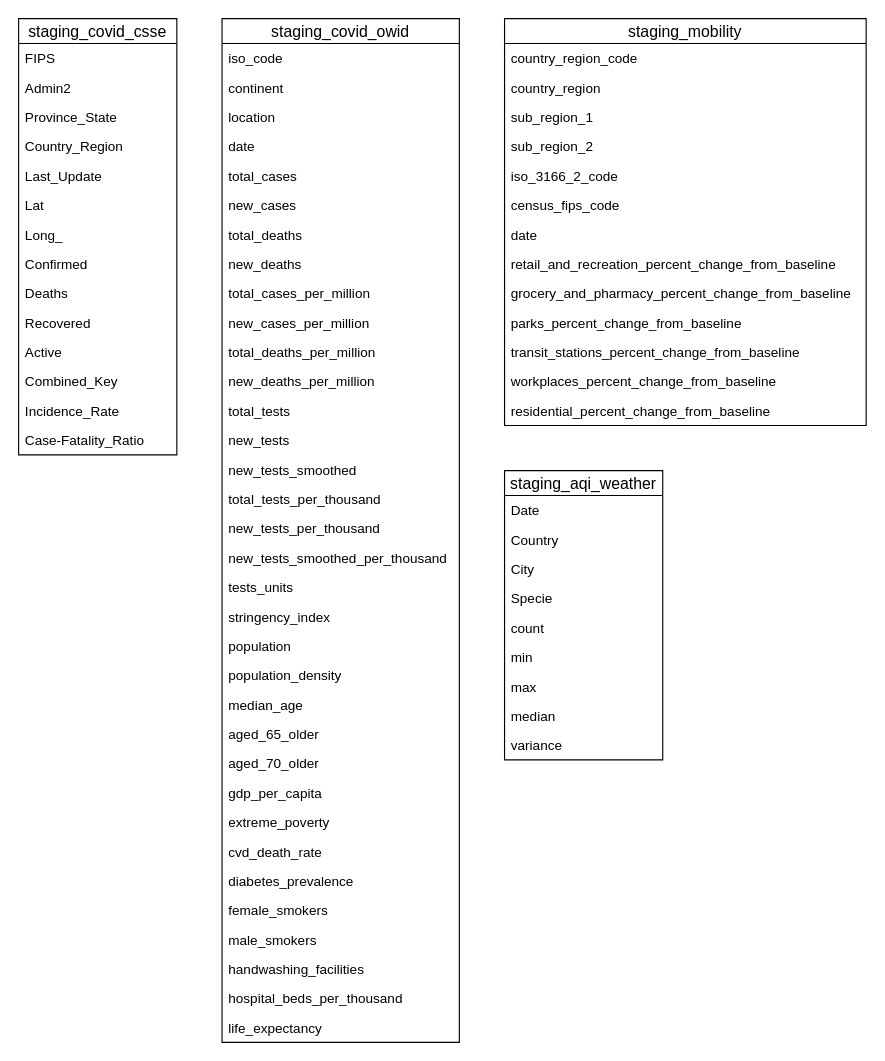
This is drawings/data_sources.drawio from p-friedl/dataeng-capstone, a draw.io file, before an edit. Source tidied: cells renumbered, new cells numbered last; positions are measured from the earlier drawing's top-left corner, leaving out a move shared by most shapes. Both pictures are drawn from the tidied source at 113%, with x=0, y=0 at pixel (18, 18).
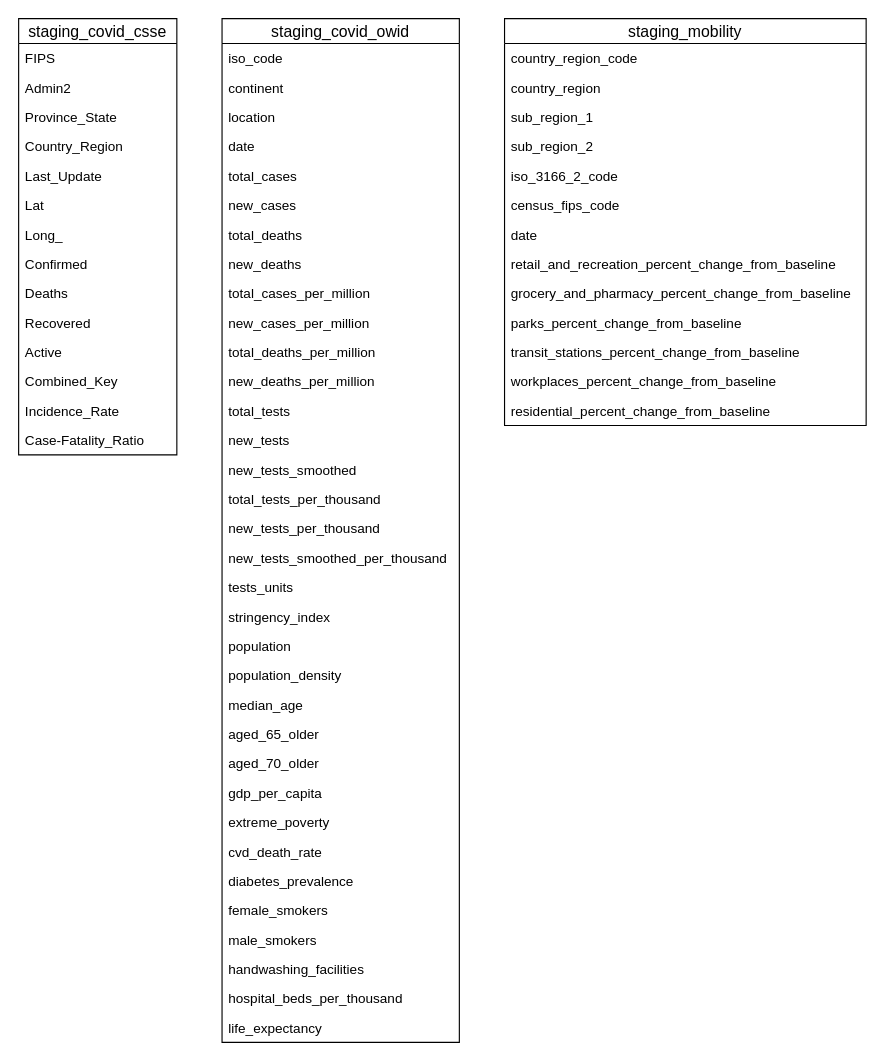
The same diagram, later.

Commit message (it also covers changes not shown here):
remove airquality data from scope

The edit, as a diff of the source:
```diff
@@
-    <mxCell id="66" value="staging_aqi_weather" style="swimlane;fontStyle=0;horizontal=1;startSize=22;align=center;fontSize=14;" parent="1" vertex="1">
-      <mxGeometry x="430" y="400" width="140" height="256" as="geometry" />
-    </mxCell>
-    <mxCell id="67" value="Date" style="text;strokeColor=none;fillColor=none;spacingLeft=4;spacingRight=4;overflow=hidden;fontSize=12;" parent="66" vertex="1">
-      <mxGeometry y="22" width="140" height="26" as="geometry" />
-    </mxCell>
-    <mxCell id="68" value="Country" style="text;strokeColor=none;fillColor=none;spacingLeft=4;spacingRight=4;overflow=hidden;fontSize=12;" parent="66" vertex="1">
-      <mxGeometry y="48" width="140" height="26" as="geometry" />
-    </mxCell>
-    <mxCell id="69" value="City&#9;" style="text;strokeColor=none;fillColor=none;spacingLeft=4;spacingRight=4;overflow=hidden;fontSize=12;" parent="66" vertex="1">
-      <mxGeometry y="74" width="140" height="26" as="geometry" />
-    </mxCell>
-    <mxCell id="70" value="Specie&#9;" style="text;strokeColor=none;fillColor=none;spacingLeft=4;spacingRight=4;overflow=hidden;fontSize=12;" parent="66" vertex="1">
-      <mxGeometry y="100" width="140" height="26" as="geometry" />
-    </mxCell>
-    <mxCell id="71" value="count&#9;" style="text;strokeColor=none;fillColor=none;spacingLeft=4;spacingRight=4;overflow=hidden;fontSize=12;" parent="66" vertex="1">
-      <mxGeometry y="126" width="140" height="26" as="geometry" />
-    </mxCell>
-    <mxCell id="72" value="min&#9;" style="text;strokeColor=none;fillColor=none;spacingLeft=4;spacingRight=4;overflow=hidden;fontSize=12;" parent="66" vertex="1">
-      <mxGeometry y="152" width="140" height="26" as="geometry" />
-    </mxCell>
-    <mxCell id="73" value="max&#9;" style="text;strokeColor=none;fillColor=none;spacingLeft=4;spacingRight=4;overflow=hidden;fontSize=12;" parent="66" vertex="1">
-      <mxGeometry y="178" width="140" height="26" as="geometry" />
-    </mxCell>
-    <mxCell id="74" value="median&#9;" style="text;strokeColor=none;fillColor=none;spacingLeft=4;spacingRight=4;overflow=hidden;fontSize=12;" parent="66" vertex="1">
-      <mxGeometry y="204" width="140" height="26" as="geometry" />
-    </mxCell>
-    <mxCell id="75" value="variance&#9;" style="text;strokeColor=none;fillColor=none;spacingLeft=4;spacingRight=4;overflow=hidden;fontSize=12;" parent="66" vertex="1">
-      <mxGeometry y="230" width="140" height="26" as="geometry" />
-    </mxCell>
```
